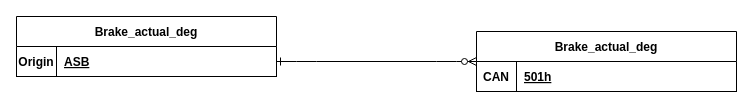
Above: VCUFlowchart.drawio in swpinkerton/UGR-ASSI-function-for-Vehicle-control-unit-with-tests (draw.io), before the change. Source tidied: cells renumbered, new cells numbered last; positions are measured from the earlier drawing's top-left corner, leaving out a move shared by most shapes. Both pictures are drawn from the tidied source at 100%, with x=0, y=0 at pixel (16, 16).
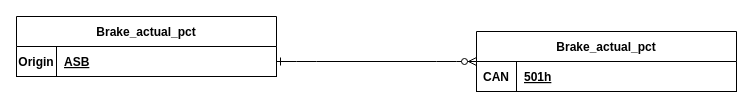
The same diagram, later.

What changed in the source:
```diff
@@
 <mxGraphModel>
   <root>
     <mxCell id="0" />
     <mxCell id="1" parent="0" />
     <mxCell id="2" style="edgeStyle=entityRelationEdgeStyle;endArrow=ERzeroToMany;startArrow=ERone;endFill=1;startFill=0;entryX=0;entryY=0.5;entryDx=0;entryDy=0;" parent="1" edge="1" source="4" target="7">
       <mxGeometry relative="1" as="geometry" />
     </mxCell>
-    <mxCell id="3" value="Brake_actual_deg" style="shape=table;startSize=30;childLayout=tableLayout;rowLines=0;fontStyle=1;align=center;" parent="1" vertex="1">
+    <mxCell id="3" value="Brake_actual_pct" style="shape=table;startSize=30;childLayout=tableLayout;rowLines=0;fontStyle=1;align=center;" parent="1" vertex="1">
       <mxGeometry width="260" height="60" as="geometry" />
     </mxCell>
     <mxCell id="4" style="shape=partialRectangle;fillColor=none;points=[[0,0.5],[1,0.5]];portConstraint=eastwest;top=0;left=0;right=0;bottom=1;" parent="3" vertex="1">
       <mxGeometry y="30" width="260" height="30" as="geometry" />
     </mxCell>
     <mxCell id="5" value="Origin" style="shape=partialRectangle;overflow=hidden;fillColor=none;top=0;left=0;bottom=0;right=0;fontStyle=1;" parent="4" vertex="1">
       <mxGeometry width="40" height="30" as="geometry" />
     </mxCell>
     <mxCell id="6" value="ASB" style="shape=partialRectangle;overflow=hidden;fillColor=none;top=0;left=0;bottom=0;right=0;align=left;spacingLeft=6;fontStyle=5;" parent="4" vertex="1">
       <mxGeometry x="40" width="220" height="30" as="geometry" />
     </mxCell>
-    <mxCell id="7" value="Brake_actual_deg" style="shape=table;startSize=30;childLayout=tableLayout;rowLines=0;fontStyle=1;align=center;" parent="1" vertex="1">
+    <mxCell id="7" value="Brake_actual_pct" style="shape=table;startSize=30;childLayout=tableLayout;rowLines=0;fontStyle=1;align=center;" parent="1" vertex="1">
       <mxGeometry x="460" y="15" width="260" height="60" as="geometry" />
     </mxCell>
     <mxCell id="8" style="shape=partialRectangle;fillColor=none;top=0;left=0;right=0;bottom=1;" parent="7" vertex="1">
       <mxGeometry y="30" width="260" height="30" as="geometry" />
     </mxCell>
     <mxCell id="9" value="CAN" style="shape=partialRectangle;overflow=hidden;fillColor=none;top=0;left=0;bottom=0;right=0;fontStyle=1;" parent="8" vertex="1">
       <mxGeometry width="40" height="30" as="geometry" />
     </mxCell>
     <mxCell id="10" value="501h" style="shape=partialRectangle;overflow=hidden;fillColor=none;top=0;left=0;bottom=0;right=0;align=left;spacingLeft=6;fontStyle=5;" parent="8" vertex="1">
       <mxGeometry x="40" width="220" height="30" as="geometry" />
     </mxCell>
   </root>
 </mxGraphModel>
```
